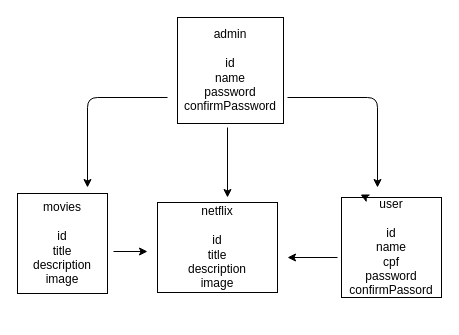
This is project.drawio from MateusSantiagoDev/netflix-backend, a draw.io file, before an edit. Source tidied: cells renumbered, new cells numbered last; positions are measured from the earlier drawing's top-left corner, leaving out a move shared by most shapes. Both pictures are drawn from the tidied source at 100%, with x=0, y=0 at pixel (17, 17).
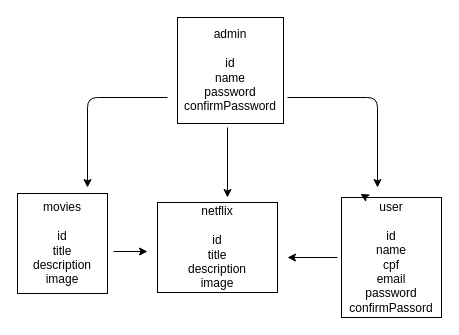
After the change.

Commit message (it also covers changes not shown here):
chore(user): created method "findAll" & "create"

What changed in the source:
```diff
@@
 <mxGraphModel>
   <root>
     <mxCell id="0" />
     <mxCell id="1" parent="0" />
     <mxCell id="2" value="movies&lt;br&gt;&lt;br&gt;id&lt;br&gt;title&lt;br&gt;description&lt;br&gt;image" style="rounded=0;whiteSpace=wrap;html=1;" parent="1" vertex="1">
       <mxGeometry y="176" width="90" height="100" as="geometry" />
     </mxCell>
-    <mxCell id="3" value="user&lt;br&gt;&lt;br&gt;id&lt;br&gt;name&lt;br&gt;cpf&lt;br&gt;password&lt;br&gt;confirmPassord&lt;br&gt;" style="rounded=0;whiteSpace=wrap;html=1;" parent="1" vertex="1">
-      <mxGeometry x="324" y="180" width="100" height="100" as="geometry" />
+    <mxCell id="3" value="user&lt;br&gt;&lt;br&gt;id&lt;br&gt;name&lt;br&gt;cpf&lt;br&gt;email&lt;br&gt;password&lt;br&gt;confirmPassord" style="rounded=0;whiteSpace=wrap;html=1;" parent="1" vertex="1">
+      <mxGeometry x="324" y="180" width="100" height="120" as="geometry" />
     </mxCell>
     <mxCell id="4" value="admin&lt;br&gt;&lt;br&gt;id&lt;br&gt;name&lt;br&gt;password&lt;br&gt;confirmPassword" style="whiteSpace=wrap;html=1;" parent="1" vertex="1">
       <mxGeometry x="160" width="106" height="106" as="geometry" />
     </mxCell>
     <mxCell id="5" style="endArrow=classic;html=1;" parent="1" edge="1">
       <mxGeometry relative="1" as="geometry">
         <mxPoint x="270" y="80" as="sourcePoint" />
         <mxPoint x="360" y="170" as="targetPoint" />
         <Array as="points">
           <mxPoint x="360" y="80" />
         </Array>
       </mxGeometry>
     </mxCell>
     <mxCell id="6" style="endArrow=classic;html=1;" parent="1" edge="1">
       <mxGeometry relative="1" as="geometry">
         <mxPoint x="150" y="80" as="sourcePoint" />
         <mxPoint x="70" y="170" as="targetPoint" />
         <Array as="points">
           <mxPoint x="70" y="80" />
         </Array>
       </mxGeometry>
     </mxCell>
     <mxCell id="7" style="edgeStyle=none;html=1;exitX=0.25;exitY=0;exitDx=0;exitDy=0;entryX=0.19;entryY=-0.03;entryDx=0;entryDy=0;entryPerimeter=0;" parent="1" edge="1" source="3" target="3">
       <mxGeometry relative="1" as="geometry" />
     </mxCell>
     <mxCell id="8" value="netflix&lt;br&gt;&lt;br&gt;id&lt;br&gt;title&lt;br&gt;description&lt;br&gt;image&lt;br&gt;" style="rounded=0;whiteSpace=wrap;html=1;" parent="1" vertex="1">
       <mxGeometry x="140" y="185" width="120" height="90" as="geometry" />
     </mxCell>
     <mxCell id="9" style="endArrow=classic;html=1;" parent="1" edge="1">
       <mxGeometry relative="1" as="geometry">
         <mxPoint x="210" y="110" as="sourcePoint" />
         <mxPoint x="210" y="180" as="targetPoint" />
       </mxGeometry>
     </mxCell>
     <mxCell id="10" style="endArrow=classic;html=1;" parent="1" edge="1">
       <mxGeometry relative="1" as="geometry">
         <mxPoint x="320" y="240" as="sourcePoint" />
         <mxPoint x="270" y="240" as="targetPoint" />
       </mxGeometry>
     </mxCell>
     <mxCell id="11" style="endArrow=classic;html=1;exitX=1.067;exitY=0.58;exitDx=0;exitDy=0;exitPerimeter=0;" parent="1" edge="1" source="2">
       <mxGeometry relative="1" as="geometry">
         <mxPoint x="130" y="234" as="targetPoint" />
       </mxGeometry>
     </mxCell>
   </root>
 </mxGraphModel>
```
